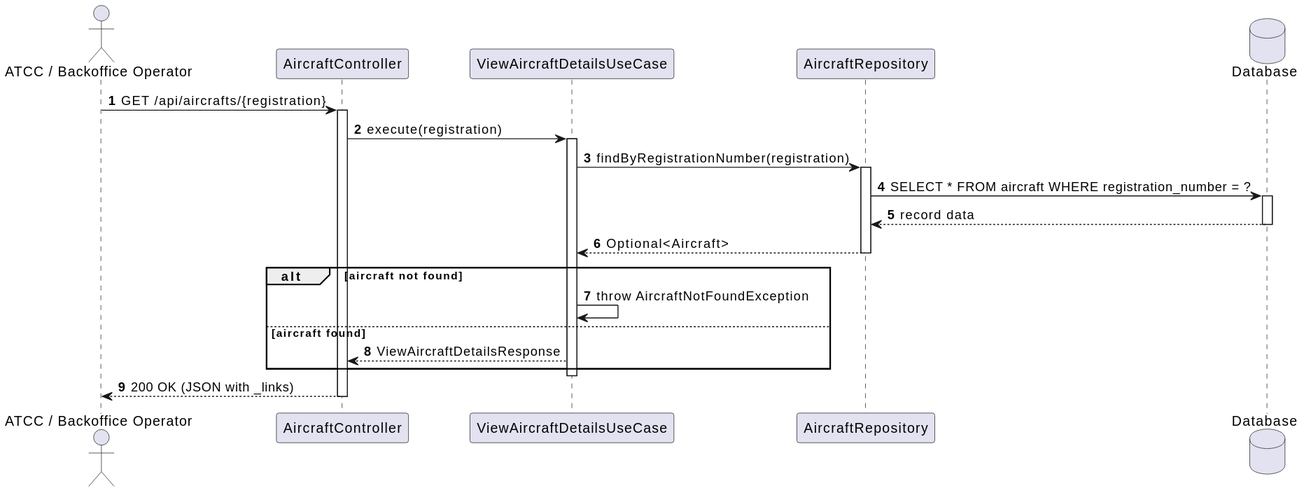
The PlantUML diagram docs/system-documentation/use-cases/WP1A/US103/svg/sd_us103.svg in VascoMagolo/psoft_1231562_1241692_1242036_2db, before a commit.
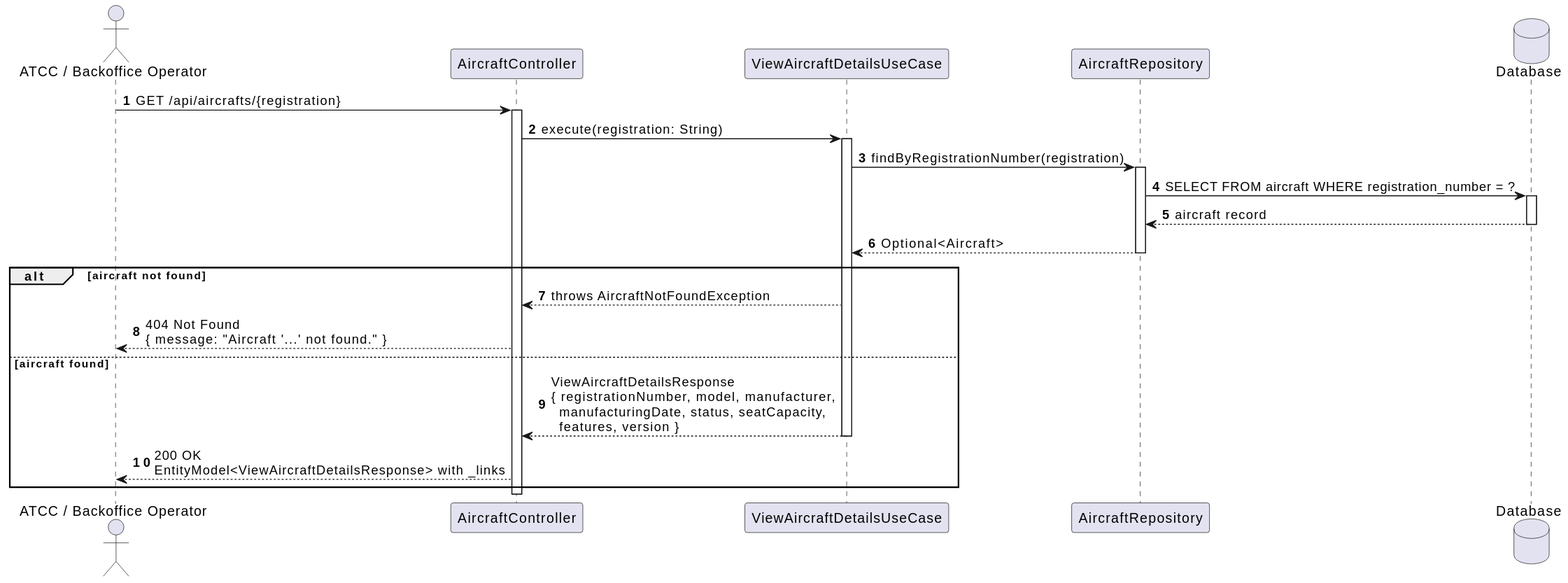
The same file after the commit.

Diff of the diagram source:
```diff
@@ -5,24 +5,30 @@
 participant "ViewAircraftDetailsUseCase" as UC
 participant "AircraftRepository" as Repo
 database "Database" as DB
+
 Actor -> Ctrl : GET /api/aircrafts/{registration}
 activate Ctrl
-Ctrl -> UC : execute(registration)
+
+Ctrl -> UC : execute(registration: String)
 activate UC
+
 UC -> Repo : findByRegistrationNumber(registration)
 activate Repo
-Repo -> DB : SELECT * FROM aircraft WHERE registration_number = ?
+Repo -> DB : SELECT FROM aircraft WHERE registration_number = ?
 activate DB
-DB --> Repo : record data
+DB --> Repo : aircraft record
 deactivate DB
 Repo --> UC : Optional<Aircraft>
 deactivate Repo
+
 alt aircraft not found
-    UC -> UC : throw AircraftNotFoundException
+  UC --> Ctrl : throws AircraftNotFoundException
+  Ctrl --> Actor : 404 Not Found\n{ message: "Aircraft '...' not found." }
 else aircraft found
-    UC --> Ctrl : ViewAircraftDetailsResponse
+  UC --> Ctrl : ViewAircraftDetailsResponse\n{ registrationNumber, model, manufacturer,\n  manufacturingDate, status, seatCapacity,\n  features, version }
+  deactivate UC
+  Ctrl --> Actor : 200 OK\nEntityModel<ViewAircraftDetailsResponse> with _links
 end
-deactivate UC
-Ctrl --> Actor : 200 OK (JSON with _links)
+
 deactivate Ctrl
 @enduml
```
